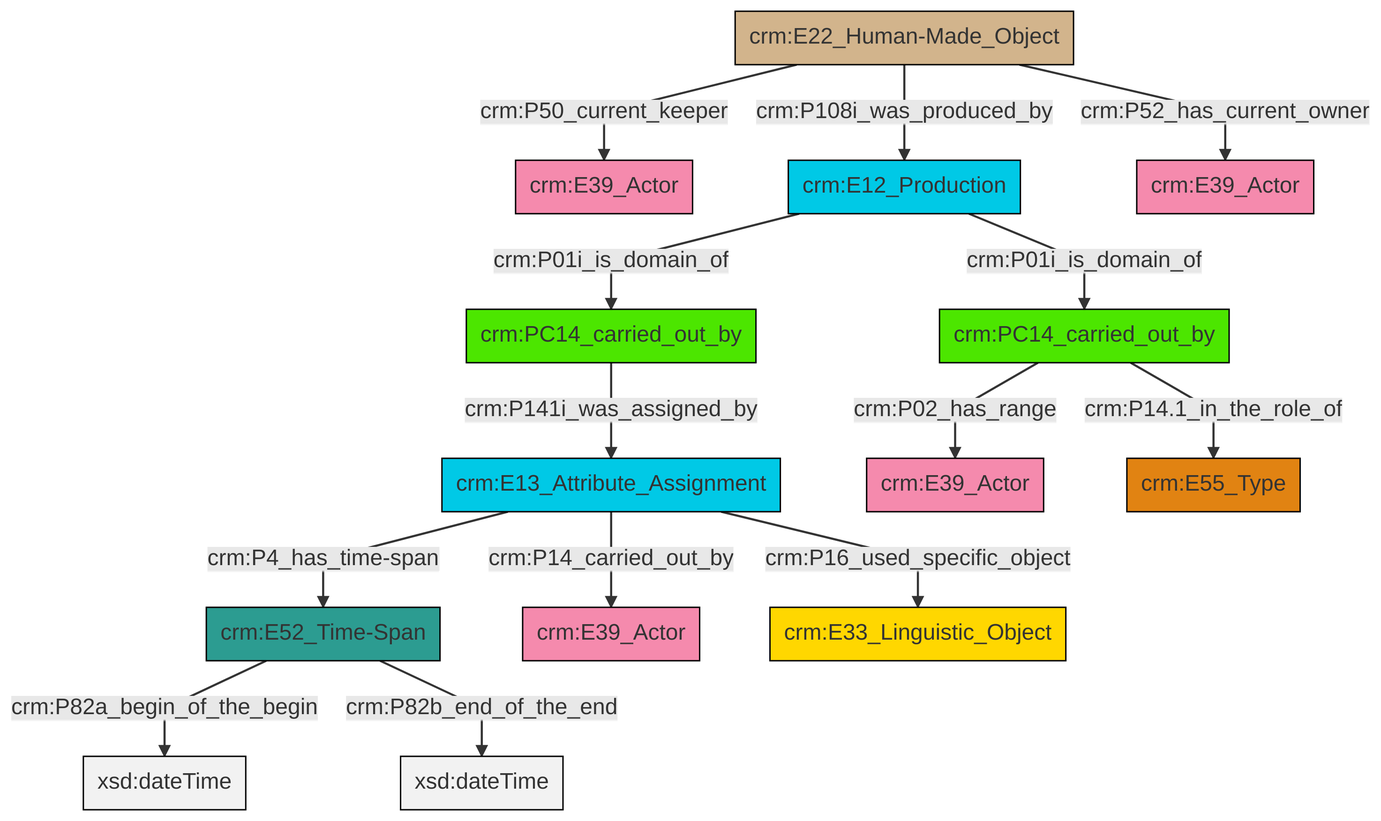
This is et/carrierCSV/ttl/mmd/png/carrier_relations.png from swiss-art-research-net/docs.swissartresearch, a Mermaid export, as it was before one commit. Its source is kept beside it as et/carrierCSV/ttl/mmd/carrier_relations.ttl.mmd.
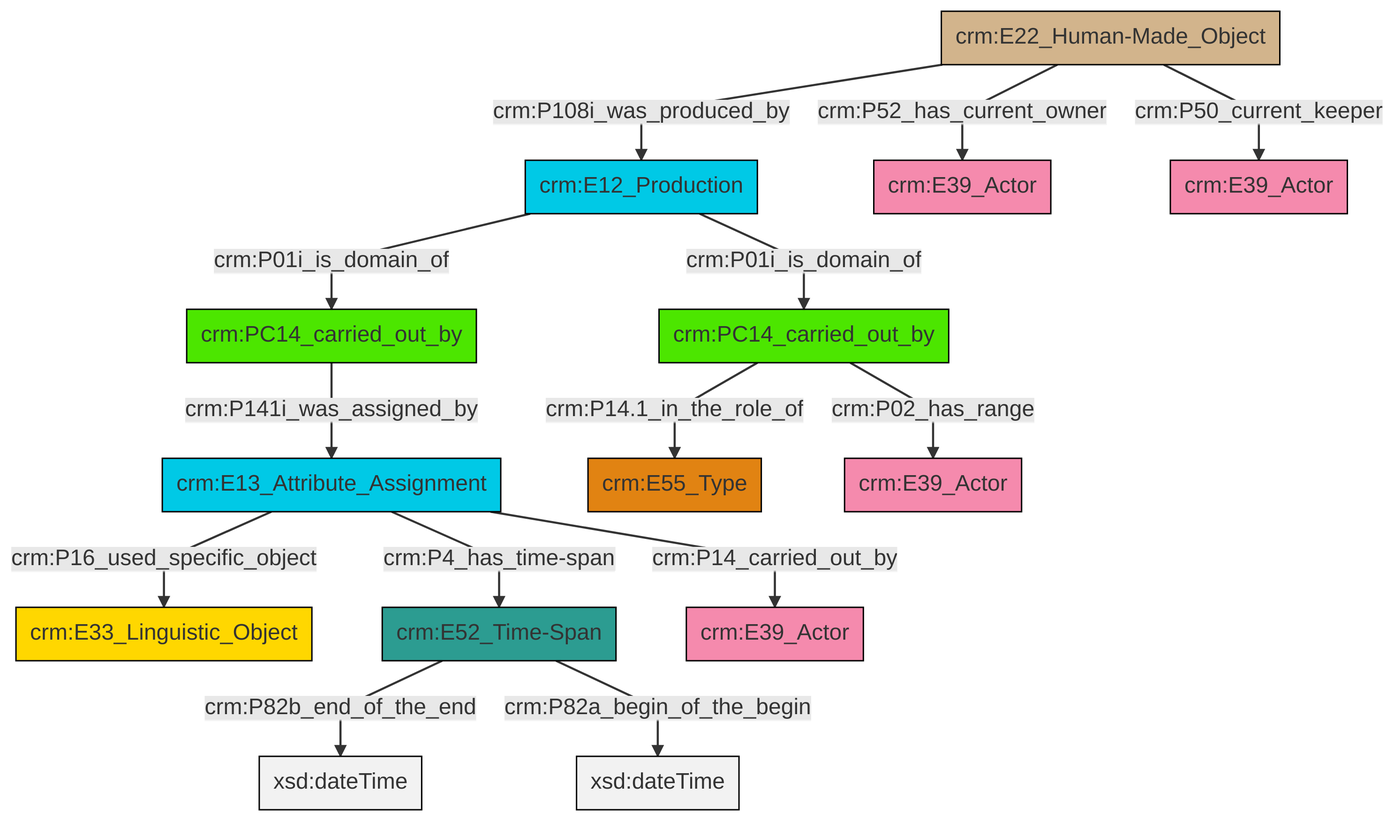
The same file after the commit.

Diff of the diagram source:
```diff
@@ -13,16 +13,16 @@
 classDef PC_Classes fill:#4ce600, stroke:#000000;
 classDef Multi fill:#cccccc,stroke:#000000;
 
-2["crm:PC14_carried_out_by"]:::PC_Classes -->|crm:P141i_was_assigned_by| 3["crm:E13_Attribute_Assignment"]:::Temporal_Entity
-4["crm:E22_Human-Made_Object"]:::Physical_Thing -->|crm:P108i_was_produced_by| 5["crm:E12_Production"]:::Temporal_Entity
-8["crm:E52_Time-Span"]:::Time-Span -->|crm:P82a_begin_of_the_begin| 9[xsd:dateTime]:::Literal
-4["crm:E22_Human-Made_Object"]:::Physical_Thing -->|crm:P50_current_keeper| 0["crm:E39_Actor"]:::Actor
-5["crm:E12_Production"]:::Temporal_Entity -->|crm:P01i_is_domain_of| 2["crm:PC14_carried_out_by"]:::PC_Classes
-3["crm:E13_Attribute_Assignment"]:::Temporal_Entity -->|crm:P14_carried_out_by| 14["crm:E39_Actor"]:::Actor
-5["crm:E12_Production"]:::Temporal_Entity -->|crm:P01i_is_domain_of| 11["crm:PC14_carried_out_by"]:::PC_Classes
-8["crm:E52_Time-Span"]:::Time-Span -->|crm:P82b_end_of_the_end| 17[xsd:dateTime]:::Literal
-11["crm:PC14_carried_out_by"]:::PC_Classes -->|crm:P02_has_range| 6["crm:E39_Actor"]:::Actor
-4["crm:E22_Human-Made_Object"]:::Physical_Thing -->|crm:P52_has_current_owner| 18["crm:E39_Actor"]:::Actor
-3["crm:E13_Attribute_Assignment"]:::Temporal_Entity -->|crm:P4_has_time-span| 8["crm:E52_Time-Span"]:::Time-Span
-3["crm:E13_Attribute_Assignment"]:::Temporal_Entity -->|crm:P16_used_specific_object| 22["crm:E33_Linguistic_Object"]:::Conceptual_Object
-11["crm:PC14_carried_out_by"]:::PC_Classes -->|crm:P14.1_in_the_role_of| 15["crm:E55_Type"]:::Type
+8["crm:E13_Attribute_Assignment"]:::Temporal_Entity -->|crm:P4_has_time-span| 6["crm:E52_Time-Span"]:::Time-Span
+14["crm:E22_Human-Made_Object"]:::Physical_Thing -->|crm:P52_has_current_owner| 9["crm:E39_Actor"]:::Actor
+8["crm:E13_Attribute_Assignment"]:::Temporal_Entity -->|crm:P16_used_specific_object| 0["crm:E33_Linguistic_Object"]:::Conceptual_Object
+16["crm:PC14_carried_out_by"]:::PC_Classes -->|crm:P14.1_in_the_role_of| 18["crm:E55_Type"]:::Type
+14["crm:E22_Human-Made_Object"]:::Physical_Thing -->|crm:P108i_was_produced_by| 4["crm:E12_Production"]:::Temporal_Entity
+6["crm:E52_Time-Span"]:::Time-Span -->|crm:P82b_end_of_the_end| 20[xsd:dateTime]:::Literal
+16["crm:PC14_carried_out_by"]:::PC_Classes -->|crm:P02_has_range| 21["crm:E39_Actor"]:::Actor
+2["crm:PC14_carried_out_by"]:::PC_Classes -->|crm:P141i_was_assigned_by| 8["crm:E13_Attribute_Assignment"]:::Temporal_Entity
+4["crm:E12_Production"]:::Temporal_Entity -->|crm:P01i_is_domain_of| 16["crm:PC14_carried_out_by"]:::PC_Classes
+8["crm:E13_Attribute_Assignment"]:::Temporal_Entity -->|crm:P14_carried_out_by| 23["crm:E39_Actor"]:::Actor
+6["crm:E52_Time-Span"]:::Time-Span -->|crm:P82a_begin_of_the_begin| 25[xsd:dateTime]:::Literal
+14["crm:E22_Human-Made_Object"]:::Physical_Thing -->|crm:P50_current_keeper| 12["crm:E39_Actor"]:::Actor
+4["crm:E12_Production"]:::Temporal_Entity -->|crm:P01i_is_domain_of| 2["crm:PC14_carried_out_by"]:::PC_Classes
```
